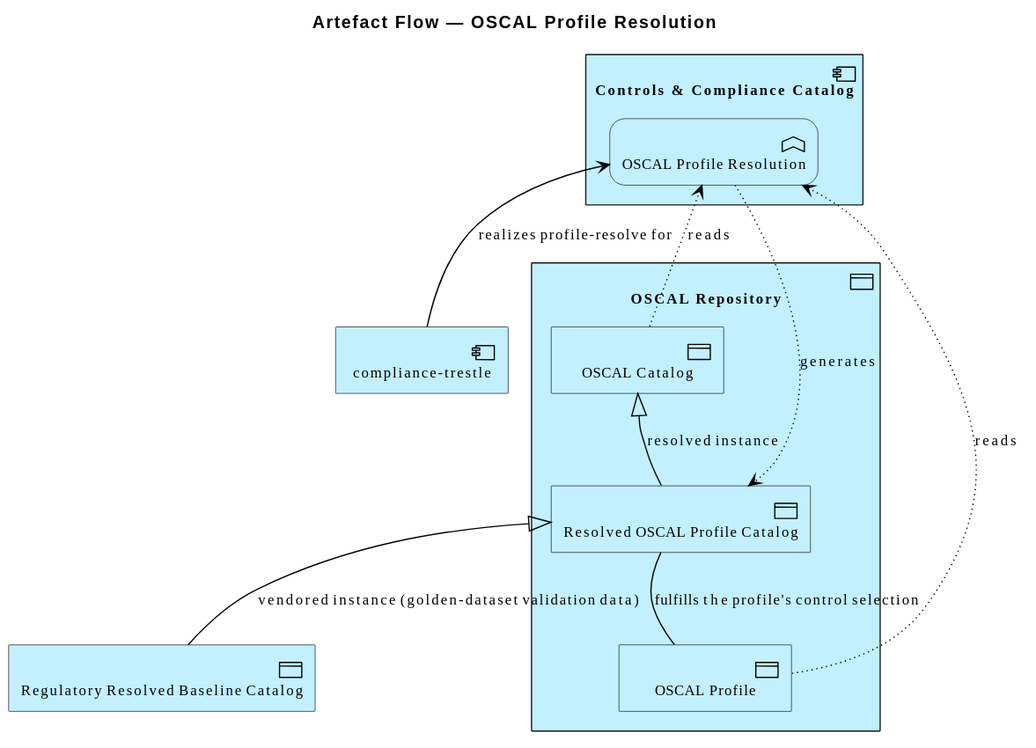
This is architecture/model/diagrams/application/artefact-oscal-resolve.svg from wolffy-au/frictionless-architect, a PlantUML export, as it was before one commit.
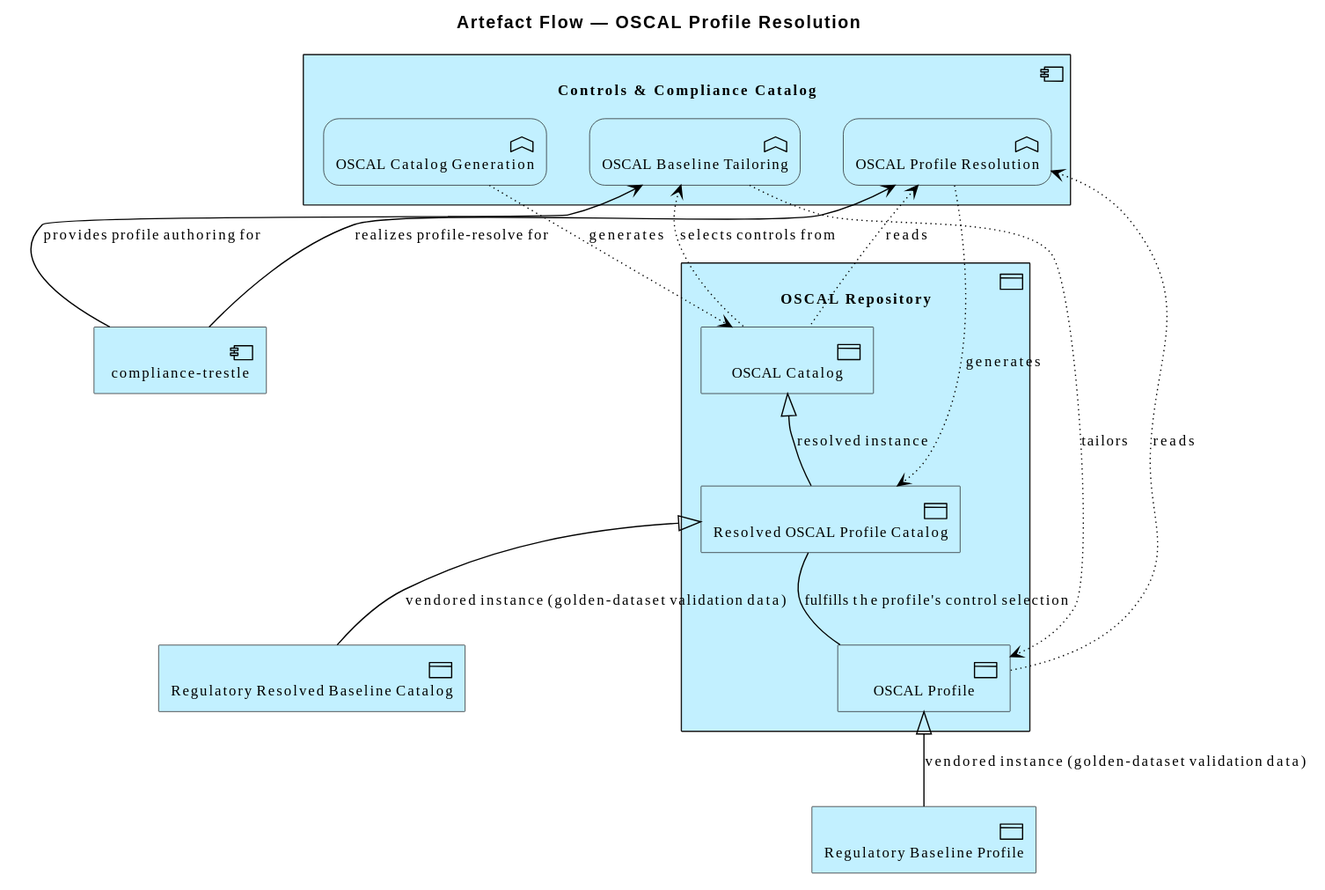
After the commit.

Commit message:
feat(model): add OSCAL baseline tailoring and split OSCAL views

What changed in the source:
```diff
@@ -4,6 +4,8 @@
 title Artefact Flow — OSCAL Profile Resolution
 
 Application_Component(e_ide4bef3733af65a, "Controls & Compliance Catalog") {
+  Application_Function(e_id8926bd09002459, "OSCAL Catalog Generation")
+  Application_Function(e_id959e350a39c158, "OSCAL Baseline Tailoring")
   Application_Function(e_id9395f0bc80c955, "OSCAL Profile Resolution")
 }
 Application_DataObject(e_idb18c37abc9ff51, "OSCAL Repository") {
@@ -12,12 +14,18 @@
   Application_DataObject(e_id0bcf03d5bb0d58, "Resolved OSCAL Profile Catalog")
 }
 Application_Component(e_id0aed952692a556, "compliance-trestle")
+Application_DataObject(e_ide7676379a60257, "Regulatory Baseline Profile")
 Application_DataObject(e_ide0d2eafd1b6957, "Regulatory Resolved Baseline Catalog")
 
+Rel_Specialization_Up(e_ide7676379a60257, e_id9659a679544058, "vendored instance (golden-dataset validation data)")
 Rel_Specialization_Up(e_id0bcf03d5bb0d58, e_idddf65887d53f57, "resolved instance")
 Rel_Association(e_id0bcf03d5bb0d58, e_id9659a679544058, "fulfills the profile's control selection")
 Rel_Specialization_Up(e_ide0d2eafd1b6957, e_id0bcf03d5bb0d58, "vendored instance (golden-dataset validation data)")
+Rel_Serving_Up(e_id0aed952692a556, e_id959e350a39c158, "provides profile authoring for")
 Rel_Serving_Up(e_id0aed952692a556, e_id9395f0bc80c955, "realizes profile-resolve for")
+Rel_Access_w(e_id8926bd09002459, e_idddf65887d53f57, "generates")
+Rel_Access_r(e_id959e350a39c158, e_idddf65887d53f57, "selects controls from")
+Rel_Access_w(e_id959e350a39c158, e_id9659a679544058, "tailors")
 Rel_Access_r(e_id9395f0bc80c955, e_idddf65887d53f57, "reads")
 Rel_Access_r(e_id9395f0bc80c955, e_id9659a679544058, "reads")
 Rel_Access_w(e_id9395f0bc80c955, e_id0bcf03d5bb0d58, "generates")
```
